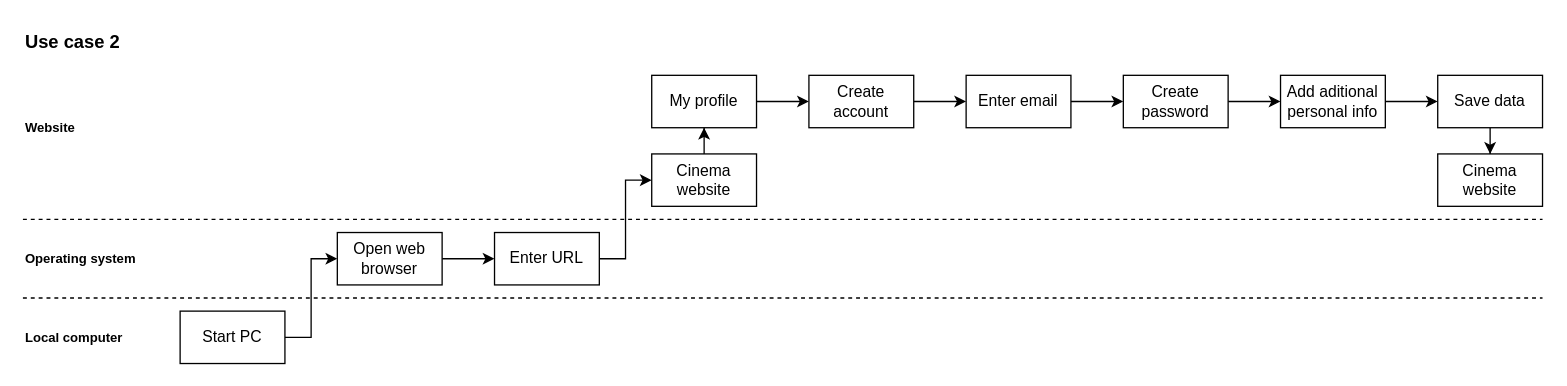
Before: Use case 2.drawio in BasGosman-Calco/Business-Analyses, a draw.io diagram. Source tidied: cells renumbered, new cells numbered last; positions are measured from the earlier drawing's top-left corner, leaving out a move shared by most shapes. Both pictures are drawn from the tidied source at 131%, with x=0, y=0 at pixel (22, 22).
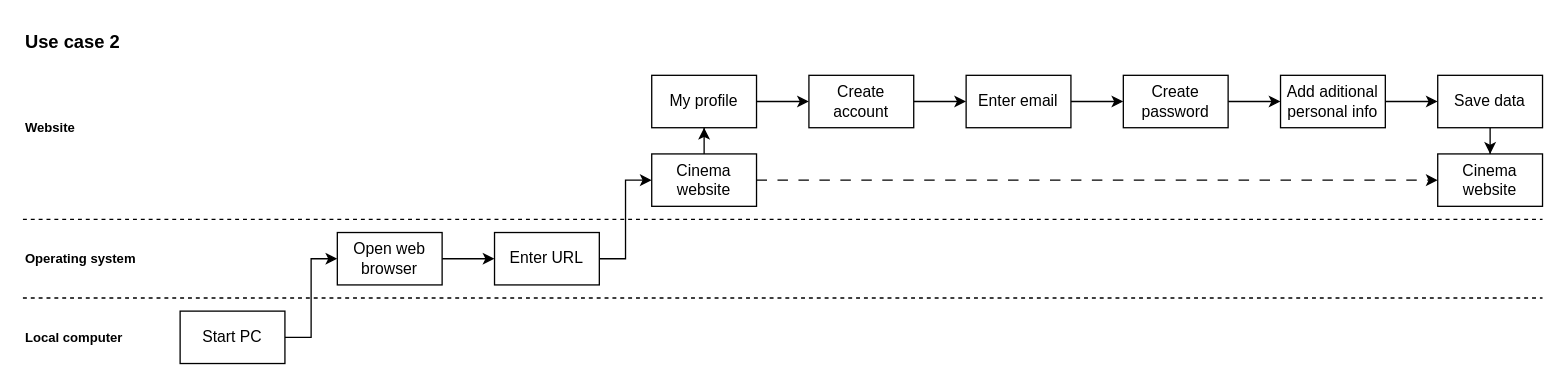
Above is the later version.

Unchanged cells that the change refers to:
```xml
<mxCell id="10" value="Cinema website" style="rounded=0;whiteSpace=wrap;html=1;" parent="1" vertex="1">
  <mxGeometry x="480" y="100" width="80" height="40" as="geometry" />
</mxCell>
<mxCell id="27" value="Cinema website" style="rounded=0;whiteSpace=wrap;html=1;" parent="1" vertex="1">
  <mxGeometry x="1080" y="100" width="80" height="40" as="geometry" />
</mxCell>
```

Diff of the diagram source:
```diff
@@
+    <mxCell id="32" style="edgeStyle=orthogonalEdgeStyle;rounded=0;jettySize=auto;html=1;entryX=0;entryY=0.5;entryDx=0;entryDy=0;dashed=1;dashPattern=8 8;" parent="1" edge="1" source="10" target="27">
+      <mxGeometry relative="1" as="geometry" />
+    </mxCell>
```
